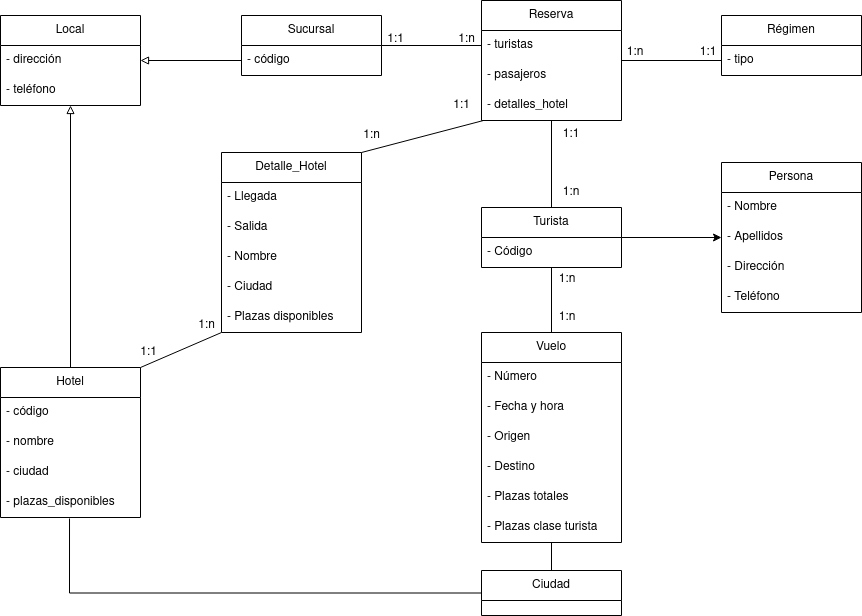
Earlier version of the draw.io export Tema 5. Diagramas de clase/Tarea 2. Agencia viajes/img/AgenciaViajes.drawio.png (colidom/ets). Source tidied: cells renumbered, new cells last; positions are measured from the earlier drawing's top-left corner, leaving out a move shared by most shapes.
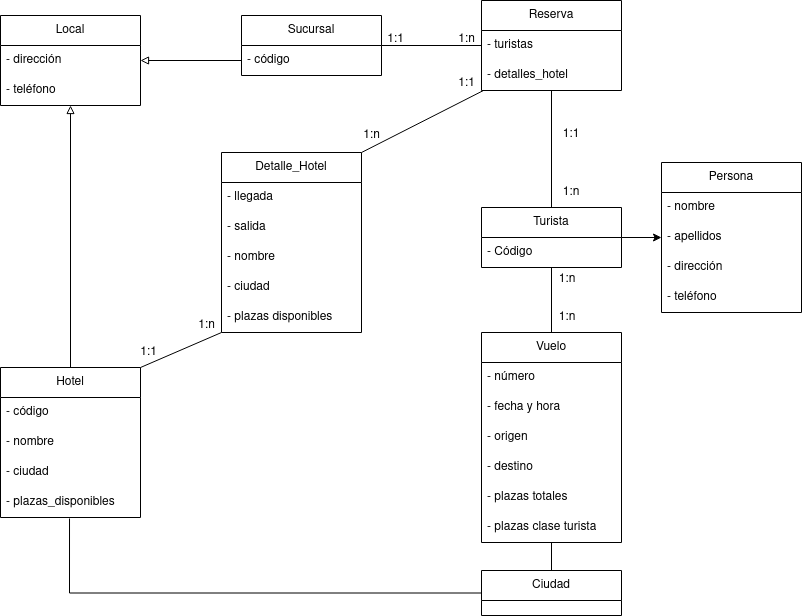
The same diagram one commit later.

The edit, as a diff of the source:
```diff
@@ -9,18 +9,18 @@
       <mxGeometry y="30" width="140" height="30" as="geometry" />
     </mxCell>
     <mxCell id="4" value="&lt;div&gt;Persona&lt;/div&gt;" style="swimlane;fontStyle=0;horizontal=1;startSize=30;whiteSpace=wrap;html=1;" parent="1" vertex="1">
-      <mxGeometry x="721" y="162" width="140" height="150" as="geometry" />
+      <mxGeometry x="661" y="162" width="140" height="150" as="geometry" />
     </mxCell>
-    <mxCell id="5" value="- Nombre" style="text;strokeColor=none;fillColor=none;align=left;verticalAlign=middle;spacingLeft=4;spacingRight=4;overflow=hidden;whiteSpace=wrap;html=1;" parent="4" vertex="1">
+    <mxCell id="5" value="- nombre" style="text;strokeColor=none;fillColor=none;align=left;verticalAlign=middle;spacingLeft=4;spacingRight=4;overflow=hidden;whiteSpace=wrap;html=1;" parent="4" vertex="1">
       <mxGeometry y="30" width="140" height="30" as="geometry" />
     </mxCell>
-    <mxCell id="6" value="- Apellidos" style="text;strokeColor=none;fillColor=none;align=left;verticalAlign=middle;spacingLeft=4;spacingRight=4;overflow=hidden;points=[[0,0.5],[1,0.5]];portConstraint=eastwest;whiteSpace=wrap;html=1;" parent="4" vertex="1">
+    <mxCell id="6" value="- apellidos" style="text;strokeColor=none;fillColor=none;align=left;verticalAlign=middle;spacingLeft=4;spacingRight=4;overflow=hidden;points=[[0,0.5],[1,0.5]];portConstraint=eastwest;whiteSpace=wrap;html=1;" parent="4" vertex="1">
       <mxGeometry y="60" width="140" height="30" as="geometry" />
     </mxCell>
-    <mxCell id="7" value="- Dirección" style="text;strokeColor=none;fillColor=none;align=left;verticalAlign=middle;spacingLeft=4;spacingRight=4;overflow=hidden;whiteSpace=wrap;html=1;" parent="4" vertex="1">
+    <mxCell id="7" value="- dirección" style="text;strokeColor=none;fillColor=none;align=left;verticalAlign=middle;spacingLeft=4;spacingRight=4;overflow=hidden;whiteSpace=wrap;html=1;" parent="4" vertex="1">
       <mxGeometry y="90" width="140" height="30" as="geometry" />
     </mxCell>
-    <mxCell id="8" value="- Teléfono" style="text;strokeColor=none;fillColor=none;align=left;verticalAlign=middle;spacingLeft=4;spacingRight=4;overflow=hidden;whiteSpace=wrap;html=1;" parent="4" vertex="1">
+    <mxCell id="8" value="- teléfono" style="text;strokeColor=none;fillColor=none;align=left;verticalAlign=middle;spacingLeft=4;spacingRight=4;overflow=hidden;whiteSpace=wrap;html=1;" parent="4" vertex="1">
       <mxGeometry y="120" width="140" height="30" as="geometry" />
     </mxCell>
     <mxCell id="9" style="edgeStyle=orthogonalEdgeStyle;rounded=0;jettySize=auto;html=1;entryX=1;entryY=0.5;entryDx=0;entryDy=0;endArrow=none;endFill=0;startArrow=classic;startFill=1;" parent="1" edge="1" source="6" target="37">
@@ -58,20 +58,14 @@
     <mxCell id="19" value="- plazas_disponibles" style="text;strokeColor=none;fillColor=none;align=left;verticalAlign=middle;spacingLeft=4;spacingRight=4;overflow=hidden;points=[[0,0.5],[1,0.5]];portConstraint=eastwest;whiteSpace=wrap;html=1;" parent="15" vertex="1">
       <mxGeometry y="120" width="140" height="30" as="geometry" />
     </mxCell>
-    <mxCell id="20" style="edgeStyle=orthogonalEdgeStyle;rounded=0;jettySize=auto;html=1;startArrow=none;startFill=0;endArrow=none;endFill=0;" parent="1" edge="1" source="21" target="59">
-      <mxGeometry relative="1" as="geometry" />
-    </mxCell>
     <mxCell id="21" value="Reserva" style="swimlane;fontStyle=0;horizontal=1;startSize=30;whiteSpace=wrap;html=1;" parent="1" vertex="1">
-      <mxGeometry x="481" width="140" height="120" as="geometry" />
+      <mxGeometry x="481" width="140" height="90" as="geometry" />
     </mxCell>
     <mxCell id="22" value="- turistas" style="text;strokeColor=none;fillColor=none;align=left;verticalAlign=middle;spacingLeft=4;spacingRight=4;overflow=hidden;whiteSpace=wrap;html=1;" parent="21" vertex="1">
       <mxGeometry y="30" width="140" height="30" as="geometry" />
     </mxCell>
-    <mxCell id="23" value="- pasajeros" style="text;strokeColor=none;fillColor=none;align=left;verticalAlign=middle;spacingLeft=4;spacingRight=4;overflow=hidden;whiteSpace=wrap;html=1;" parent="21" vertex="1">
-      <mxGeometry y="60" width="140" height="30" as="geometry" />
-    </mxCell>
     <mxCell id="24" value="- detalles_hotel" style="text;strokeColor=none;fillColor=none;align=left;verticalAlign=middle;spacingLeft=4;spacingRight=4;overflow=hidden;points=[[0,0.5],[1,0.5]];portConstraint=eastwest;whiteSpace=wrap;html=1;" parent="21" vertex="1">
-      <mxGeometry y="90" width="140" height="30" as="geometry" />
+      <mxGeometry y="60" width="140" height="30" as="geometry" />
     </mxCell>
     <mxCell id="25" style="edgeStyle=orthogonalEdgeStyle;rounded=0;jettySize=auto;html=1;startArrow=none;startFill=0;endArrow=none;endFill=0;entryX=0.5;entryY=0;entryDx=0;entryDy=0;exitX=0.5;exitY=1;exitDx=0;exitDy=0;" parent="1" edge="1" source="26" target="34">
       <mxGeometry relative="1" as="geometry" />
@@ -79,22 +73,22 @@
     <mxCell id="26" value="Vuelo" style="swimlane;fontStyle=0;horizontal=1;startSize=30;whiteSpace=wrap;html=1;" parent="1" vertex="1">
       <mxGeometry x="481" y="332" width="140" height="210" as="geometry" />
     </mxCell>
-    <mxCell id="27" value="- Número" style="text;strokeColor=none;fillColor=none;align=left;verticalAlign=middle;spacingLeft=4;spacingRight=4;overflow=hidden;whiteSpace=wrap;html=1;" parent="26" vertex="1">
+    <mxCell id="27" value="- número" style="text;strokeColor=none;fillColor=none;align=left;verticalAlign=middle;spacingLeft=4;spacingRight=4;overflow=hidden;whiteSpace=wrap;html=1;" parent="26" vertex="1">
       <mxGeometry y="30" width="140" height="30" as="geometry" />
     </mxCell>
-    <mxCell id="28" value="- Fecha y hora" style="text;strokeColor=none;fillColor=none;align=left;verticalAlign=middle;spacingLeft=4;spacingRight=4;overflow=hidden;whiteSpace=wrap;html=1;" parent="26" vertex="1">
+    <mxCell id="28" value="- fecha y hora" style="text;strokeColor=none;fillColor=none;align=left;verticalAlign=middle;spacingLeft=4;spacingRight=4;overflow=hidden;whiteSpace=wrap;html=1;" parent="26" vertex="1">
       <mxGeometry y="60" width="140" height="30" as="geometry" />
     </mxCell>
-    <mxCell id="29" value="- Origen" style="text;strokeColor=none;fillColor=none;align=left;verticalAlign=middle;spacingLeft=4;spacingRight=4;overflow=hidden;whiteSpace=wrap;html=1;" parent="26" vertex="1">
+    <mxCell id="29" value="- origen" style="text;strokeColor=none;fillColor=none;align=left;verticalAlign=middle;spacingLeft=4;spacingRight=4;overflow=hidden;whiteSpace=wrap;html=1;" parent="26" vertex="1">
       <mxGeometry y="90" width="140" height="30" as="geometry" />
     </mxCell>
-    <mxCell id="30" value="- Destino" style="text;strokeColor=none;fillColor=none;align=left;verticalAlign=middle;spacingLeft=4;spacingRight=4;overflow=hidden;whiteSpace=wrap;html=1;" parent="26" vertex="1">
+    <mxCell id="30" value="- destino" style="text;strokeColor=none;fillColor=none;align=left;verticalAlign=middle;spacingLeft=4;spacingRight=4;overflow=hidden;whiteSpace=wrap;html=1;" parent="26" vertex="1">
       <mxGeometry y="120" width="140" height="30" as="geometry" />
     </mxCell>
-    <mxCell id="31" value="- Plazas totales" style="text;strokeColor=none;fillColor=none;align=left;verticalAlign=middle;spacingLeft=4;spacingRight=4;overflow=hidden;whiteSpace=wrap;html=1;" parent="26" vertex="1">
+    <mxCell id="31" value="- plazas totales" style="text;strokeColor=none;fillColor=none;align=left;verticalAlign=middle;spacingLeft=4;spacingRight=4;overflow=hidden;whiteSpace=wrap;html=1;" parent="26" vertex="1">
       <mxGeometry y="150" width="140" height="30" as="geometry" />
     </mxCell>
-    <mxCell id="32" value="- Plazas clase turista" style="text;strokeColor=none;fillColor=none;align=left;verticalAlign=middle;spacingLeft=4;spacingRight=4;overflow=hidden;whiteSpace=wrap;html=1;" parent="26" vertex="1">
+    <mxCell id="32" value="- plazas clase turista" style="text;strokeColor=none;fillColor=none;align=left;verticalAlign=middle;spacingLeft=4;spacingRight=4;overflow=hidden;whiteSpace=wrap;html=1;" parent="26" vertex="1">
       <mxGeometry y="180" width="140" height="30" as="geometry" />
     </mxCell>
     <mxCell id="33" style="rounded=0;jettySize=auto;html=1;startArrow=none;startFill=0;endArrow=none;endFill=0;exitX=0;exitY=0.5;exitDx=0;exitDy=0;edgeStyle=orthogonalEdgeStyle;entryX=0.493;entryY=1.033;entryDx=0;entryDy=0;entryPerimeter=0;" parent="1" edge="1" source="34" target="19">
@@ -136,19 +130,19 @@
     <mxCell id="45" value="Detalle_Hotel" style="swimlane;fontStyle=0;horizontal=1;startSize=30;whiteSpace=wrap;html=1;" parent="1" vertex="1">
       <mxGeometry x="221" y="152" width="140" height="180" as="geometry" />
     </mxCell>
-    <mxCell id="46" value="- Llegada&lt;span style=&quot;white-space: pre;&quot;&gt;&#9;&lt;/span&gt;" style="text;strokeColor=none;fillColor=none;align=left;verticalAlign=middle;spacingLeft=4;spacingRight=4;overflow=hidden;whiteSpace=wrap;html=1;" parent="45" vertex="1">
+    <mxCell id="46" value="- llegada&lt;span style=&quot;white-space: pre;&quot;&gt;&#9;&lt;/span&gt;" style="text;strokeColor=none;fillColor=none;align=left;verticalAlign=middle;spacingLeft=4;spacingRight=4;overflow=hidden;whiteSpace=wrap;html=1;" parent="45" vertex="1">
       <mxGeometry y="30" width="140" height="30" as="geometry" />
     </mxCell>
-    <mxCell id="47" value="- Salida" style="text;strokeColor=none;fillColor=none;align=left;verticalAlign=middle;spacingLeft=4;spacingRight=4;overflow=hidden;whiteSpace=wrap;html=1;" parent="45" vertex="1">
+    <mxCell id="47" value="- salida" style="text;strokeColor=none;fillColor=none;align=left;verticalAlign=middle;spacingLeft=4;spacingRight=4;overflow=hidden;whiteSpace=wrap;html=1;" parent="45" vertex="1">
       <mxGeometry y="60" width="140" height="30" as="geometry" />
     </mxCell>
-    <mxCell id="48" value="- Nombre" style="text;strokeColor=none;fillColor=none;align=left;verticalAlign=middle;spacingLeft=4;spacingRight=4;overflow=hidden;whiteSpace=wrap;html=1;" parent="45" vertex="1">
+    <mxCell id="48" value="- nombre" style="text;strokeColor=none;fillColor=none;align=left;verticalAlign=middle;spacingLeft=4;spacingRight=4;overflow=hidden;whiteSpace=wrap;html=1;" parent="45" vertex="1">
       <mxGeometry y="90" width="140" height="30" as="geometry" />
     </mxCell>
-    <mxCell id="49" value="- Ciudad" style="text;strokeColor=none;fillColor=none;align=left;verticalAlign=middle;spacingLeft=4;spacingRight=4;overflow=hidden;whiteSpace=wrap;html=1;" parent="45" vertex="1">
+    <mxCell id="49" value="- ciudad" style="text;strokeColor=none;fillColor=none;align=left;verticalAlign=middle;spacingLeft=4;spacingRight=4;overflow=hidden;whiteSpace=wrap;html=1;" parent="45" vertex="1">
       <mxGeometry y="120" width="140" height="30" as="geometry" />
     </mxCell>
-    <mxCell id="50" value="- Plazas disponibles" style="text;strokeColor=none;fillColor=none;align=left;verticalAlign=middle;spacingLeft=4;spacingRight=4;overflow=hidden;whiteSpace=wrap;html=1;" parent="45" vertex="1">
+    <mxCell id="50" value="- plazas disponibles" style="text;strokeColor=none;fillColor=none;align=left;verticalAlign=middle;spacingLeft=4;spacingRight=4;overflow=hidden;whiteSpace=wrap;html=1;" parent="45" vertex="1">
       <mxGeometry y="150" width="140" height="30" as="geometry" />
     </mxCell>
     <mxCell id="51" style="endArrow=none;html=1;rounded=0;entryX=0.014;entryY=1;entryDx=0;entryDy=0;entryPerimeter=0;exitX=1;exitY=0;exitDx=0;exitDy=0;" parent="1" edge="1" source="45" target="24">
@@ -161,7 +155,7 @@
       <mxGeometry x="351" y="120" width="40" height="30" as="geometry" />
     </mxCell>
     <mxCell id="54" value="1:1" style="text;html=1;align=center;verticalAlign=middle;strokeColor=none;fillColor=none;" parent="1" vertex="1">
-      <mxGeometry x="441" y="90" width="40" height="30" as="geometry" />
+      <mxGeometry x="446" y="68" width="40" height="30" as="geometry" />
     </mxCell>
     <mxCell id="55" value="1:n" style="text;html=1;align=center;verticalAlign=middle;strokeColor=none;fillColor=none;" parent="1" vertex="1">
       <mxGeometry x="186" y="310" width="40" height="30" as="geometry" />
@@ -172,17 +166,5 @@
     <mxCell id="57" value="1:1" style="text;html=1;align=center;verticalAlign=middle;strokeColor=none;fillColor=none;" parent="1" vertex="1">
       <mxGeometry x="375" y="24" width="40" height="30" as="geometry" />
     </mxCell>
-    <mxCell id="58" value="Régimen" style="swimlane;fontStyle=0;horizontal=1;startSize=30;whiteSpace=wrap;html=1;" parent="1" vertex="1">
-      <mxGeometry x="721" y="15" width="140" height="60" as="geometry" />
-    </mxCell>
-    <mxCell id="59" value="- tipo" style="text;strokeColor=none;fillColor=none;align=left;verticalAlign=middle;spacingLeft=4;spacingRight=4;overflow=hidden;points=[[0,0.5],[1,0.5]];portConstraint=eastwest;whiteSpace=wrap;html=1;" parent="58" vertex="1">
-      <mxGeometry y="30" width="140" height="30" as="geometry" />
-    </mxCell>
-    <mxCell id="60" value="1:n" style="text;html=1;strokeColor=none;fillColor=none;align=center;verticalAlign=middle;whiteSpace=wrap;rounded=0;" parent="1" vertex="1">
-      <mxGeometry x="605" y="37" width="60" height="30" as="geometry" />
-    </mxCell>
-    <mxCell id="61" value="1:1" style="text;html=1;strokeColor=none;fillColor=none;align=center;verticalAlign=middle;whiteSpace=wrap;rounded=0;" parent="1" vertex="1">
-      <mxGeometry x="678" y="37" width="60" height="30" as="geometry" />
-    </mxCell>
   </root>
 </mxGraphModel>
```
